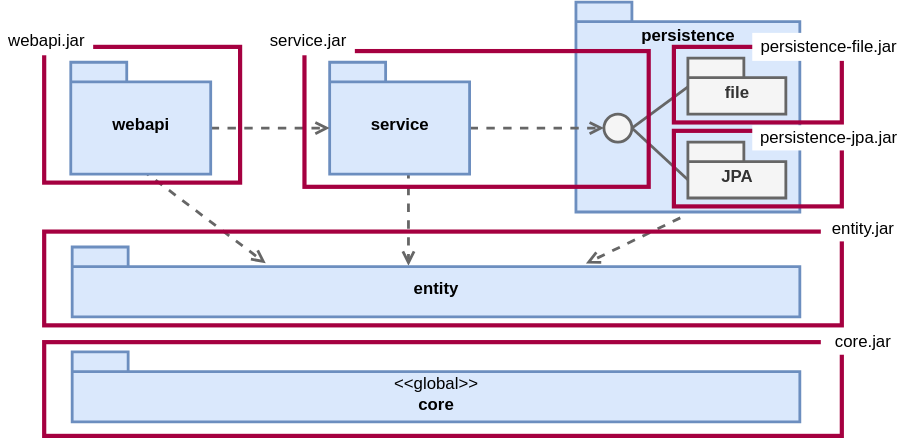
This is src/img/blogs/2022/0519_archunit-package-jar.drawio.svg from mamezou-tech/mamezou-tech-site, a draw.io export, as it was before one commit. Source tidied: cells renumbered, new cells last; positions are measured from the earlier drawing's top-left corner, leaving out a move shared by most shapes.
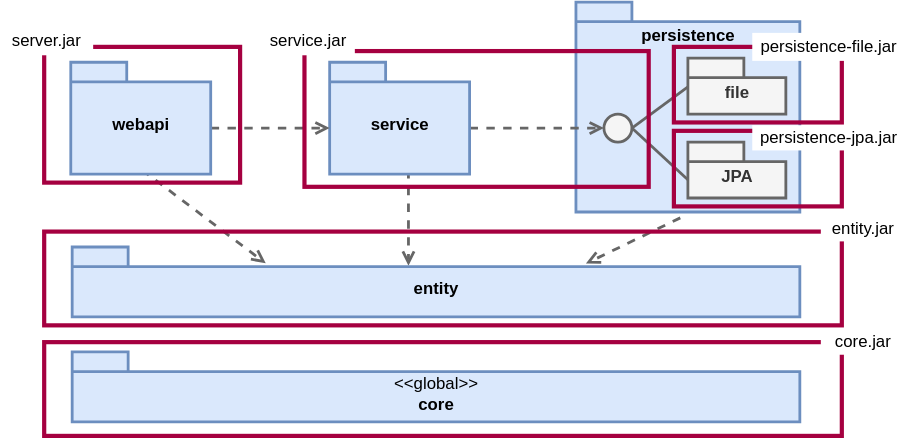
After the commit.

Diff of the diagram source:
```diff
@@ -76,7 +76,7 @@
     <mxCell id="25" value="service.jar" style="text;html=1;align=center;verticalAlign=middle;whiteSpace=wrap;rounded=0;fillColor=default;" parent="1" vertex="1">
       <mxGeometry x="187" y="18" width="66" height="20" as="geometry" />
     </mxCell>
-    <mxCell id="26" value="webapi.jar" style="text;html=1;align=center;verticalAlign=middle;whiteSpace=wrap;rounded=0;fillColor=default;" parent="1" vertex="1">
+    <mxCell id="26" value="server.jar" style="text;html=1;align=center;verticalAlign=middle;whiteSpace=wrap;rounded=0;fillColor=default;" parent="1" vertex="1">
       <mxGeometry y="18" width="66" height="20" as="geometry" />
     </mxCell>
     <mxCell id="27" value="entity.jar" style="text;html=1;align=center;verticalAlign=middle;whiteSpace=wrap;rounded=0;fillColor=default;" parent="1" vertex="1">
```
